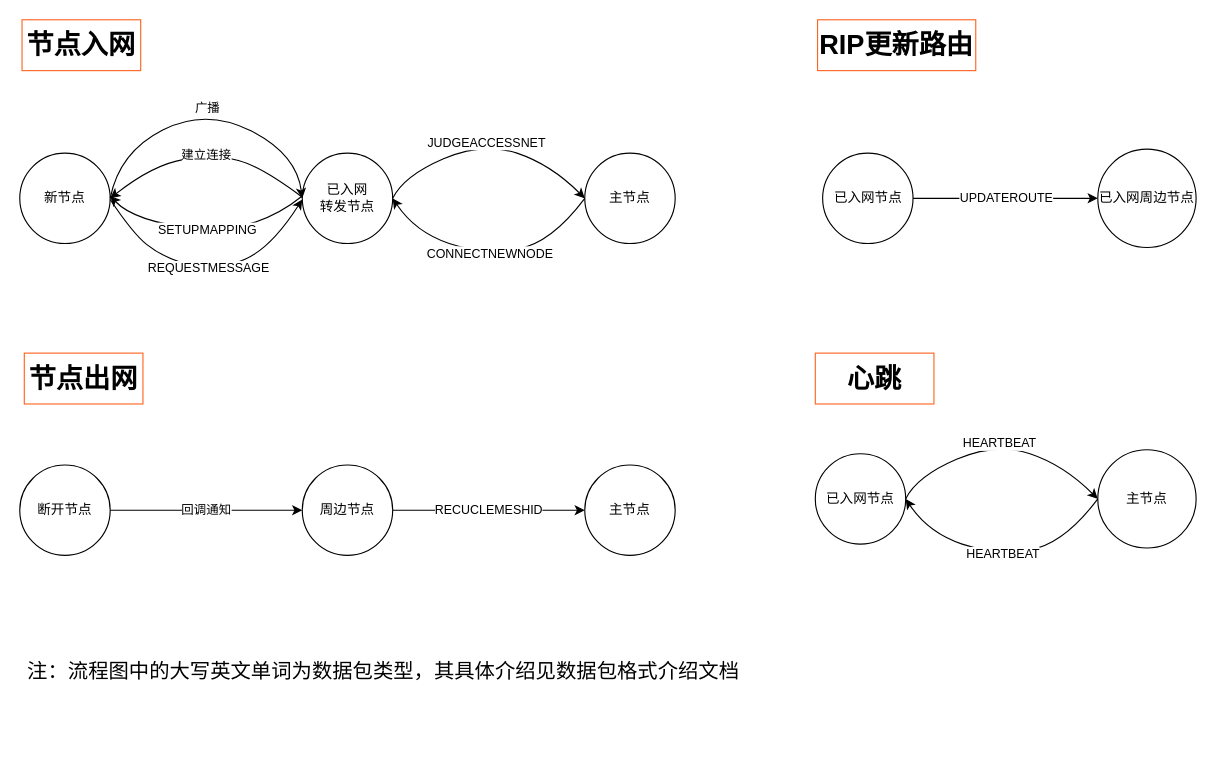
Earlier version of the draw.io diagram BLEdata.drawio (Ginkgowind/drawio). Source tidied: cells renumbered, new cells numbered last; positions are measured from the earlier drawing's top-left corner, leaving out a move shared by most shapes. Both pictures are drawn from the tidied source at 113%, with x=0, y=0 at pixel (19, 19).
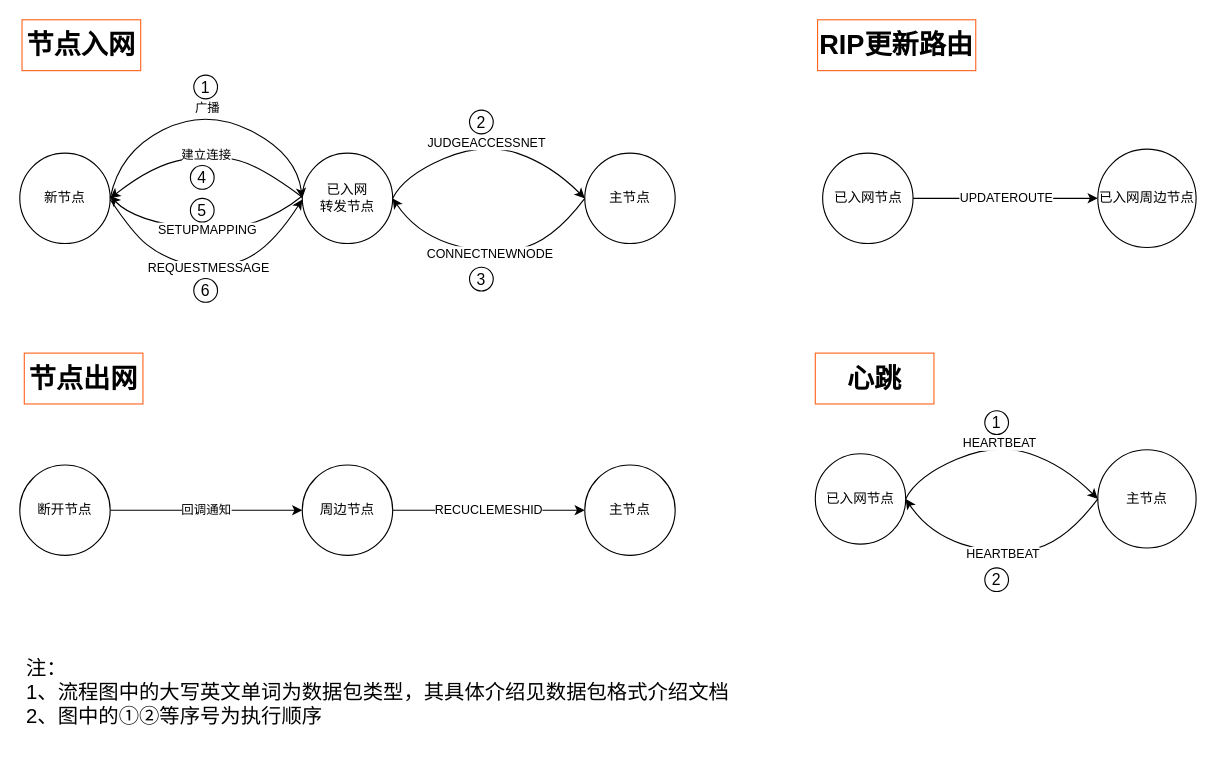
After the change.

Change to the diagram source:
```diff
@@
-    <mxCell id="27" value="&lt;font style=&quot;font-size: 18px;&quot;&gt;注：流程图中的大写英文单词为数据包类型，其具体介绍见数据包格式介绍文档&lt;/font&gt;" style="text;html=1;strokeColor=none;fillColor=none;align=center;verticalAlign=middle;whiteSpace=wrap;rounded=0;" parent="1" vertex="1">
-      <mxGeometry x="4" y="553" width="636" height="48" as="geometry" />
+    <mxCell id="27" value="&lt;font style=&quot;font-size: 18px;&quot;&gt;注：&lt;br&gt;1、流程图中的大写英文单词为数据包类型，其具体介绍见数据包格式介绍文档&lt;br&gt;2、图中的①②等序号为执行顺序&lt;br&gt;&lt;/font&gt;" style="text;html=1;strokeColor=none;fillColor=none;align=left;verticalAlign=middle;whiteSpace=wrap;rounded=0;" parent="1" vertex="1">
+      <mxGeometry x="4" y="553" width="636" height="86" as="geometry" />
     </mxCell>
+    <mxCell id="28" value="&lt;font style=&quot;font-size: 14px;&quot;&gt;1&lt;/font&gt;" style="ellipse;whiteSpace=wrap;html=1;" parent="1" vertex="1">
+      <mxGeometry x="154" y="49" width="21" height="21" as="geometry" />
+    </mxCell>
+    <mxCell id="29" value="&lt;font style=&quot;font-size: 14px;&quot;&gt;2&lt;/font&gt;" style="ellipse;whiteSpace=wrap;html=1;" parent="1" vertex="1">
+      <mxGeometry x="398" y="80" width="21" height="21" as="geometry" />
+    </mxCell>
+    <mxCell id="30" value="&lt;font style=&quot;font-size: 14px;&quot;&gt;3&lt;/font&gt;" style="ellipse;whiteSpace=wrap;html=1;" parent="1" vertex="1">
+      <mxGeometry x="398" y="219" width="21" height="21" as="geometry" />
+    </mxCell>
+    <mxCell id="31" value="&lt;font style=&quot;font-size: 14px;&quot;&gt;4&lt;/font&gt;" style="ellipse;whiteSpace=wrap;html=1;" parent="1" vertex="1">
+      <mxGeometry x="151" y="129" width="21" height="21" as="geometry" />
+    </mxCell>
+    <mxCell id="32" value="&lt;font style=&quot;font-size: 14px;&quot;&gt;5&lt;/font&gt;" style="ellipse;whiteSpace=wrap;html=1;" parent="1" vertex="1">
+      <mxGeometry x="151" y="158" width="21" height="21" as="geometry" />
+    </mxCell>
+    <mxCell id="33" value="&lt;font style=&quot;font-size: 14px;&quot;&gt;6&lt;/font&gt;" style="ellipse;whiteSpace=wrap;html=1;" parent="1" vertex="1">
+      <mxGeometry x="154" y="229" width="21" height="21" as="geometry" />
+    </mxCell>
+    <mxCell id="34" value="&lt;font style=&quot;font-size: 14px;&quot;&gt;1&lt;/font&gt;" style="ellipse;whiteSpace=wrap;html=1;" parent="1" vertex="1">
+      <mxGeometry x="854" y="346" width="21" height="21" as="geometry" />
+    </mxCell>
+    <mxCell id="35" value="&lt;font style=&quot;font-size: 14px;&quot;&gt;2&lt;/font&gt;" style="ellipse;whiteSpace=wrap;html=1;" parent="1" vertex="1">
+      <mxGeometry x="854" y="485" width="21" height="21" as="geometry" />
+    </mxCell>
```
